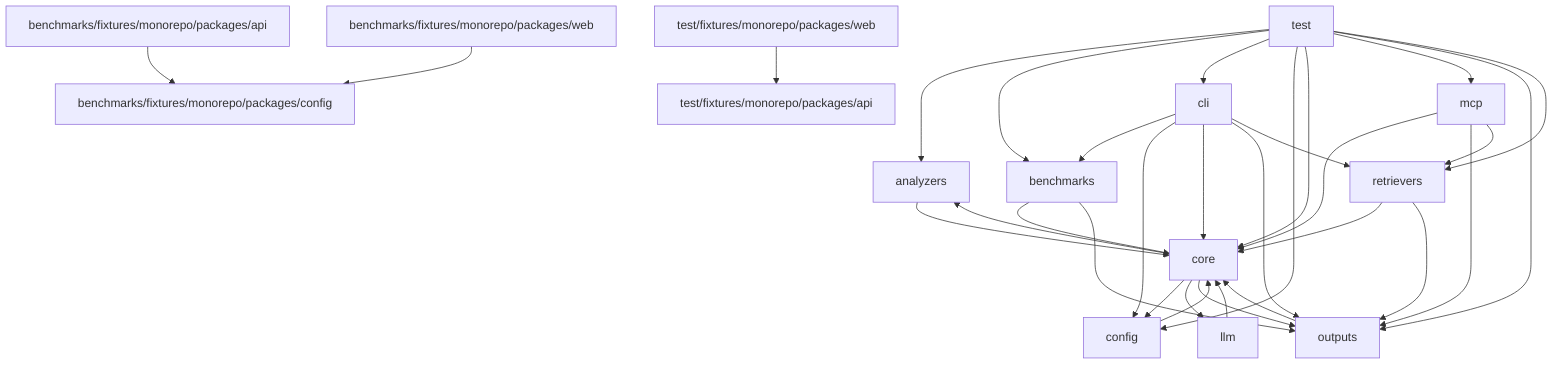
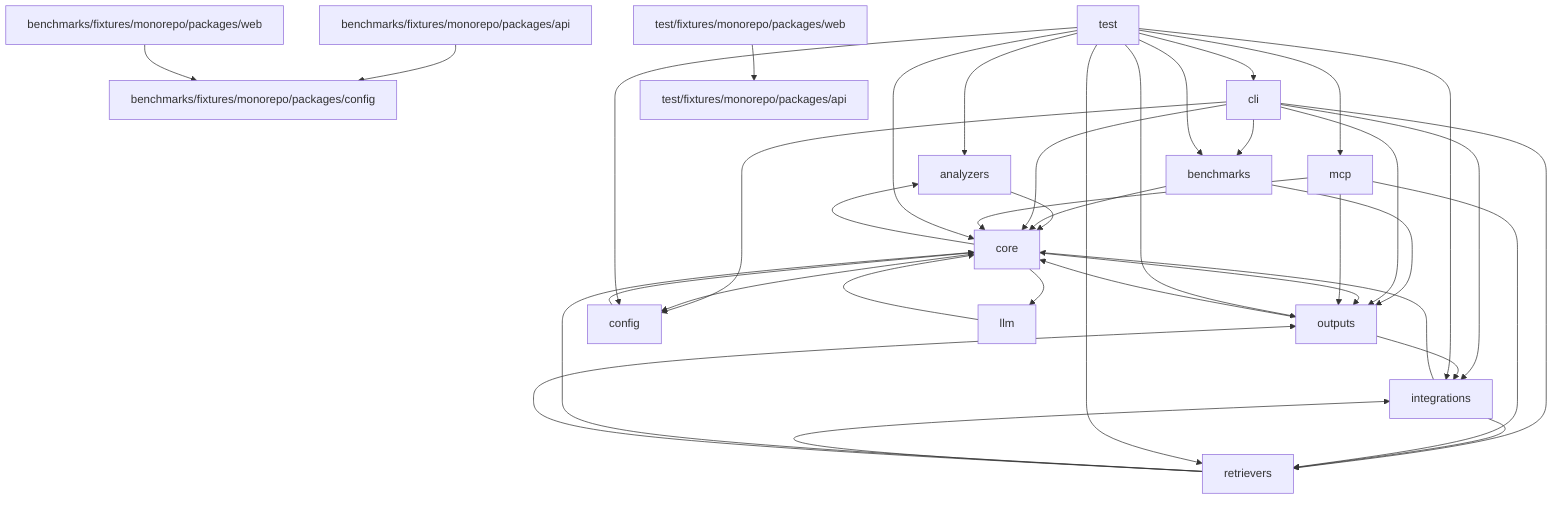
graph TD
  analyzers["analyzers"] --> core["core"]
  benchmarks["benchmarks"] --> core["core"]
  benchmarks["benchmarks"] --> outputs["outputs"]
  benchmarks_fixtures_monorepo_packages_api["benchmarks/fixtures/monorepo/packages/api"] --> benchmarks_fixtures_monorepo_packages_config["benchmarks/fixtures/monorepo/packages/config"]
  benchmarks_fixtures_monorepo_packages_web["benchmarks/fixtures/monorepo/packages/web"] --> benchmarks_fixtures_monorepo_packages_config["benchmarks/fixtures/monorepo/packages/config"]
  cli["cli"] --> benchmarks["benchmarks"]
  cli["cli"] --> config["config"]
  cli["cli"] --> core["core"]
+   cli["cli"] --> integrations["integrations"]
  cli["cli"] --> outputs["outputs"]
  cli["cli"] --> retrievers["retrievers"]
  config["config"] --> core["core"]
  core["core"] --> analyzers["analyzers"]
  core["core"] --> config["config"]
  core["core"] --> llm["llm"]
  core["core"] --> outputs["outputs"]
+   integrations["integrations"] --> core["core"]
+   integrations["integrations"] --> retrievers["retrievers"]
  llm["llm"] --> core["core"]
  mcp["mcp"] --> core["core"]
  mcp["mcp"] --> outputs["outputs"]
  mcp["mcp"] --> retrievers["retrievers"]
  outputs["outputs"] --> core["core"]
+   outputs["outputs"] --> integrations["integrations"]
  retrievers["retrievers"] --> core["core"]
+   retrievers["retrievers"] --> integrations["integrations"]
  retrievers["retrievers"] --> outputs["outputs"]
  test["test"] --> analyzers["analyzers"]
  test["test"] --> benchmarks["benchmarks"]
  test["test"] --> cli["cli"]
  test["test"] --> config["config"]
  test["test"] --> core["core"]
+   test["test"] --> integrations["integrations"]
  test["test"] --> mcp["mcp"]
  test["test"] --> outputs["outputs"]
  test["test"] --> retrievers["retrievers"]
  test_fixtures_monorepo_packages_web["test/fixtures/monorepo/packages/web"] --> test_fixtures_monorepo_packages_api["test/fixtures/monorepo/packages/api"]
